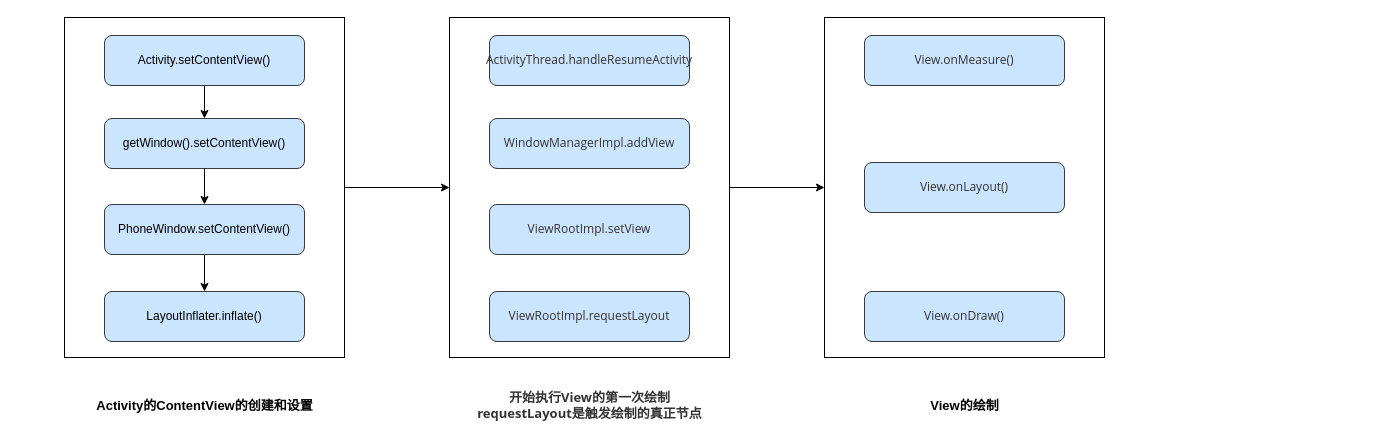
Before: notes/design/view绘制流程.drawio in yyht800/SiGuoYa, a draw.io diagram. Source tidied: cells renumbered, new cells numbered last; positions are measured from the earlier drawing's top-left corner, leaving out a move shared by most shapes. Both pictures are drawn from the tidied source at 100%, with x=0, y=0 at pixel (64, 17).
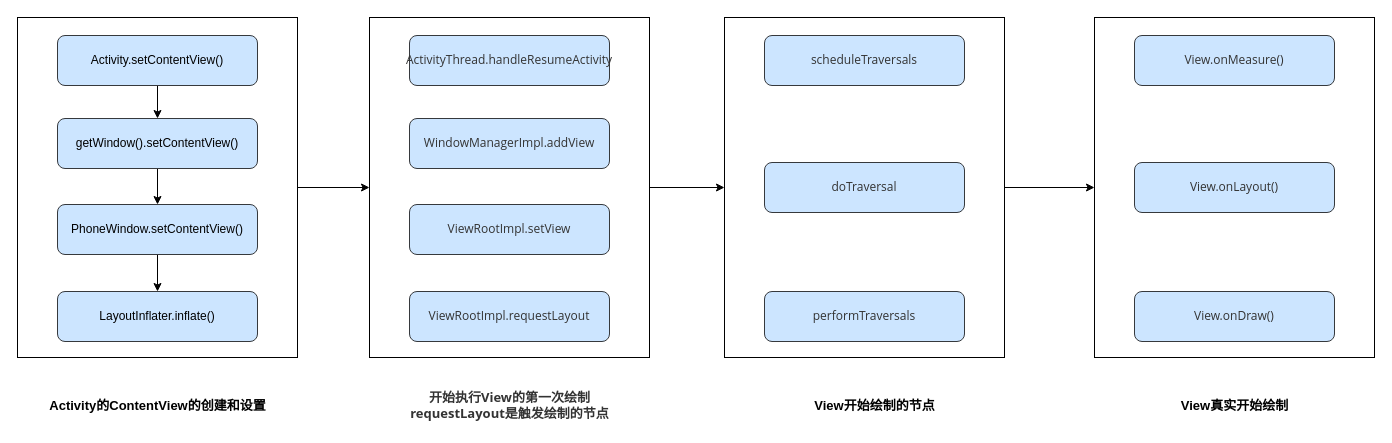
The same diagram, later.

Commit message (it also covers changes not shown here):
更新view绘制流程.drawio

Diff of the diagram source:
```diff
@@
     <mxCell id="3" style="whiteSpace=wrap;html=1;" parent="1" vertex="1">
-      <mxGeometry width="280" height="340" as="geometry" />
+      <mxGeometry x="-47" width="280" height="340" as="geometry" />
     </mxCell>
@@
     <mxCell id="5" value="Activity.setContentView()" style="rounded=1;whiteSpace=wrap;html=1;fillColor=#cce5ff;strokeColor=#36393d;" parent="1" vertex="1">
-      <mxGeometry x="40" y="18" width="200" height="50" as="geometry" />
+      <mxGeometry x="-7" y="18" width="200" height="50" as="geometry" />
     </mxCell>
@@
     <mxCell id="7" value="getWindow().setContentView()" style="rounded=1;whiteSpace=wrap;html=1;fillColor=#cce5ff;strokeColor=#36393d;" parent="1" vertex="1">
-      <mxGeometry x="40" y="101" width="200" height="50" as="geometry" />
+      <mxGeometry x="-7" y="101" width="200" height="50" as="geometry" />
     </mxCell>
@@
     <mxCell id="9" value="PhoneWindow.setContentView()" style="rounded=1;whiteSpace=wrap;html=1;fillColor=#cce5ff;strokeColor=#36393d;" parent="1" vertex="1">
-      <mxGeometry x="40" y="187" width="200" height="50" as="geometry" />
+      <mxGeometry x="-7" y="187" width="200" height="50" as="geometry" />
     </mxCell>
     <mxCell id="10" value="LayoutInflater.inflate()" style="rounded=1;whiteSpace=wrap;html=1;fillColor=#cce5ff;strokeColor=#36393d;" parent="1" vertex="1">
-      <mxGeometry x="40" y="274" width="200" height="50" as="geometry" />
+      <mxGeometry x="-7" y="274" width="200" height="50" as="geometry" />
     </mxCell>
     <mxCell id="11" value="Activity的ContentView的创建和设置" style="text;html=1;align=center;verticalAlign=middle;fontStyle=1;fontSize=13;" parent="1" vertex="1">
-      <mxGeometry x="25" y="378" width="230" height="20" as="geometry" />
+      <mxGeometry x="-22" y="378" width="230" height="20" as="geometry" />
     </mxCell>
-    <mxCell id="12" value="&lt;font color=&quot;#333333&quot; face=&quot;open sans, clear sans, helvetica neue, helvetica, arial, sans-serif&quot;&gt;&lt;span style=&quot;background-color: rgb(255 , 255 , 255)&quot;&gt;开始执行View的第一次绘制&lt;br&gt;requestLayout是触发绘制的真正节点&lt;br&gt;&lt;/span&gt;&lt;/font&gt;" style="text;html=1;align=center;verticalAlign=middle;fontSize=13;fontStyle=1;" parent="1" vertex="1">
-      <mxGeometry x="410" y="368" width="230" height="40" as="geometry" />
+    <mxCell id="12" value="&lt;font color=&quot;#333333&quot; face=&quot;open sans, clear sans, helvetica neue, helvetica, arial, sans-serif&quot;&gt;&lt;span style=&quot;background-color: rgb(255 , 255 , 255)&quot;&gt;开始执行View的第一次绘制&lt;br&gt;requestLayout是触发绘制的节点&lt;br&gt;&lt;/span&gt;&lt;/font&gt;" style="text;html=1;align=center;verticalAlign=middle;fontSize=13;fontStyle=1;" parent="1" vertex="1">
+      <mxGeometry x="340" y="368" width="210" height="40" as="geometry" />
     </mxCell>
-    <mxCell id="13" style="edgeStyle=orthogonalEdgeStyle;rounded=0;jettySize=auto;html=1;fontSize=13;" parent="1" edge="1" source="14" target="19">
-      <mxGeometry relative="1" as="geometry" />
-    </mxCell>
+    <mxCell id="24" style="edgeStyle=orthogonalEdgeStyle;rounded=0;jettySize=auto;html=1;exitX=1;exitY=0.5;exitDx=0;exitDy=0;entryX=0;entryY=0.5;entryDx=0;entryDy=0;fontSize=13;" parent="1" edge="1" source="14" target="27">
+      <mxGeometry relative="1" as="geometry" />
+    </mxCell>
     <mxCell id="14" style="whiteSpace=wrap;html=1;" parent="1" vertex="1">
-      <mxGeometry x="385" width="280" height="340" as="geometry" />
+      <mxGeometry x="305" width="280" height="340" as="geometry" />
     </mxCell>
     <mxCell id="15" value="&lt;span style=&quot;color: rgb(51, 51, 51); font-family: &amp;quot;open sans&amp;quot;, &amp;quot;clear sans&amp;quot;, &amp;quot;helvetica neue&amp;quot;, helvetica, arial, sans-serif;&quot;&gt;ActivityThread.handleResumeActivity&lt;/span&gt;" style="rounded=1;whiteSpace=wrap;html=1;fillColor=#cce5ff;strokeColor=#36393d;labelBackgroundColor=none;" parent="1" vertex="1">
-      <mxGeometry x="425" y="18" width="200" height="50" as="geometry" />
+      <mxGeometry x="345" y="18" width="200" height="50" as="geometry" />
     </mxCell>
     <mxCell id="16" value="&lt;span style=&quot;color: rgb(51, 51, 51); font-family: &amp;quot;open sans&amp;quot;, &amp;quot;clear sans&amp;quot;, &amp;quot;helvetica neue&amp;quot;, helvetica, arial, sans-serif;&quot;&gt;WindowManagerImpl.addView&lt;/span&gt;" style="rounded=1;whiteSpace=wrap;html=1;fillColor=#cce5ff;strokeColor=#36393d;labelBackgroundColor=none;" parent="1" vertex="1">
-      <mxGeometry x="425" y="101" width="200" height="50" as="geometry" />
+      <mxGeometry x="345" y="101" width="200" height="50" as="geometry" />
     </mxCell>
     <mxCell id="17" value="&lt;span style=&quot;color: rgb(51, 51, 51); font-family: &amp;quot;open sans&amp;quot;, &amp;quot;clear sans&amp;quot;, &amp;quot;helvetica neue&amp;quot;, helvetica, arial, sans-serif;&quot;&gt;ViewRootImpl.setView&lt;/span&gt;" style="rounded=1;whiteSpace=wrap;html=1;fillColor=#cce5ff;strokeColor=#36393d;labelBackgroundColor=none;" parent="1" vertex="1">
-      <mxGeometry x="425" y="187" width="200" height="50" as="geometry" />
+      <mxGeometry x="345" y="187" width="200" height="50" as="geometry" />
     </mxCell>
     <mxCell id="18" value="&lt;span style=&quot;color: rgb(51, 51, 51); font-family: &amp;quot;open sans&amp;quot;, &amp;quot;clear sans&amp;quot;, &amp;quot;helvetica neue&amp;quot;, helvetica, arial, sans-serif;&quot;&gt;ViewRootImpl.requestLayout &lt;/span&gt;" style="rounded=1;whiteSpace=wrap;html=1;fillColor=#cce5ff;strokeColor=#36393d;labelBackgroundColor=none;" parent="1" vertex="1">
-      <mxGeometry x="425" y="274" width="200" height="50" as="geometry" />
+      <mxGeometry x="345" y="274" width="200" height="50" as="geometry" />
     </mxCell>
     <mxCell id="19" style="whiteSpace=wrap;html=1;" parent="1" vertex="1">
-      <mxGeometry x="760" width="280" height="340" as="geometry" />
+      <mxGeometry x="1030" width="280" height="340" as="geometry" />
     </mxCell>
     <mxCell id="20" value="&lt;span style=&quot;color: rgb(51 , 51 , 51) ; font-family: &amp;#34;open sans&amp;#34; , &amp;#34;clear sans&amp;#34; , &amp;#34;helvetica neue&amp;#34; , &amp;#34;helvetica&amp;#34; , &amp;#34;arial&amp;#34; , sans-serif&quot;&gt;View.onMeasure()&lt;/span&gt;" style="rounded=1;whiteSpace=wrap;html=1;fillColor=#cce5ff;strokeColor=#36393d;labelBackgroundColor=none;" parent="1" vertex="1">
-      <mxGeometry x="800" y="18" width="200" height="50" as="geometry" />
+      <mxGeometry x="1070" y="18" width="200" height="50" as="geometry" />
     </mxCell>
     <mxCell id="21" value="&lt;span style=&quot;color: rgb(51 , 51 , 51) ; font-family: &amp;#34;open sans&amp;#34; , &amp;#34;clear sans&amp;#34; , &amp;#34;helvetica neue&amp;#34; , &amp;#34;helvetica&amp;#34; , &amp;#34;arial&amp;#34; , sans-serif&quot;&gt;View.onLayout()&lt;/span&gt;" style="rounded=1;whiteSpace=wrap;html=1;fillColor=#cce5ff;strokeColor=#36393d;labelBackgroundColor=none;" parent="1" vertex="1">
-      <mxGeometry x="800" y="145" width="200" height="50" as="geometry" />
+      <mxGeometry x="1070" y="145" width="200" height="50" as="geometry" />
     </mxCell>
     <mxCell id="22" value="&lt;span style=&quot;color: rgb(51 , 51 , 51) ; font-family: &amp;#34;open sans&amp;#34; , &amp;#34;clear sans&amp;#34; , &amp;#34;helvetica neue&amp;#34; , &amp;#34;helvetica&amp;#34; , &amp;#34;arial&amp;#34; , sans-serif&quot;&gt;View.onDraw()&lt;/span&gt;" style="rounded=1;whiteSpace=wrap;html=1;fillColor=#cce5ff;strokeColor=#36393d;labelBackgroundColor=none;" parent="1" vertex="1">
-      <mxGeometry x="800" y="274" width="200" height="50" as="geometry" />
+      <mxGeometry x="1070" y="274" width="200" height="50" as="geometry" />
     </mxCell>
-    <mxCell id="23" value="View的绘制" style="text;html=1;align=center;verticalAlign=middle;fontStyle=1;fontSize=13;" parent="1" vertex="1">
-      <mxGeometry x="860" y="378" width="80" height="20" as="geometry" />
+    <mxCell id="23" value="View真实开始绘制" style="text;html=1;align=center;verticalAlign=middle;fontStyle=1;fontSize=13;" parent="1" vertex="1">
+      <mxGeometry x="1110" y="378" width="120" height="20" as="geometry" />
     </mxCell>
+    <mxCell id="25" value="&lt;font color=&quot;#333333&quot; face=&quot;open sans, clear sans, helvetica neue, helvetica, arial, sans-serif&quot;&gt;&lt;span style=&quot;background-color: rgb(255 , 255 , 255)&quot;&gt;&lt;br&gt;&lt;/span&gt;&lt;/font&gt;" style="text;html=1;align=center;verticalAlign=middle;fontSize=13;fontStyle=1;" parent="1" vertex="1">
+      <mxGeometry x="790" y="378" width="20" height="20" as="geometry" />
+    </mxCell>
+    <mxCell id="26" style="edgeStyle=orthogonalEdgeStyle;rounded=0;jettySize=auto;html=1;fontSize=12;" parent="1" edge="1" source="27" target="19">
+      <mxGeometry relative="1" as="geometry" />
+    </mxCell>
+    <mxCell id="27" style="whiteSpace=wrap;html=1;" parent="1" vertex="1">
+      <mxGeometry x="660" width="280" height="340" as="geometry" />
+    </mxCell>
+    <mxCell id="28" value="&lt;span style=&quot;color: rgb(51, 51, 51); font-family: &amp;quot;open sans&amp;quot;, &amp;quot;clear sans&amp;quot;, &amp;quot;helvetica neue&amp;quot;, helvetica, arial, sans-serif; font-size: 12px;&quot;&gt;scheduleTraversals&lt;/span&gt;" style="rounded=1;whiteSpace=wrap;html=1;fillColor=#cce5ff;strokeColor=#36393d;labelBackgroundColor=none;fontSize=12;" parent="1" vertex="1">
+      <mxGeometry x="700" y="18" width="200" height="50" as="geometry" />
+    </mxCell>
+    <mxCell id="29" value="&lt;span style=&quot;color: rgb(51, 51, 51); font-family: &amp;quot;open sans&amp;quot;, &amp;quot;clear sans&amp;quot;, &amp;quot;helvetica neue&amp;quot;, helvetica, arial, sans-serif; font-size: 12px;&quot;&gt;doTraversal &lt;/span&gt;" style="rounded=1;whiteSpace=wrap;html=1;fillColor=#cce5ff;strokeColor=#36393d;labelBackgroundColor=none;fontSize=12;" parent="1" vertex="1">
+      <mxGeometry x="700" y="145" width="200" height="50" as="geometry" />
+    </mxCell>
+    <mxCell id="30" value="&lt;span style=&quot;color: rgb(51, 51, 51); font-family: &amp;quot;open sans&amp;quot;, &amp;quot;clear sans&amp;quot;, &amp;quot;helvetica neue&amp;quot;, helvetica, arial, sans-serif; font-size: 12px;&quot;&gt;performTraversals&lt;/span&gt;" style="rounded=1;whiteSpace=wrap;html=1;fillColor=#cce5ff;strokeColor=#36393d;labelBackgroundColor=none;fontSize=12;" parent="1" vertex="1">
+      <mxGeometry x="700" y="274" width="200" height="50" as="geometry" />
+    </mxCell>
+    <mxCell id="31" value="View开始绘制的节点" style="text;html=1;align=center;verticalAlign=middle;fontStyle=1;fontSize=13;" parent="1" vertex="1">
+      <mxGeometry x="740" y="378" width="140" height="20" as="geometry" />
+    </mxCell>
```
